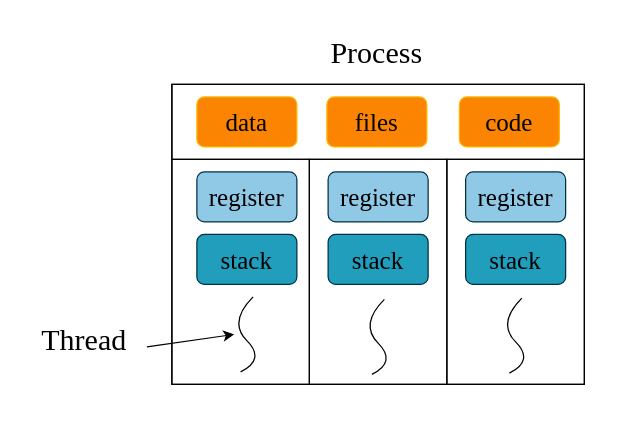
This is drawio/ch-intro/process-thread.drawio from godaai/scale-py-zh, a draw.io file, before an edit. Source tidied: cells renumbered, new cells numbered last; positions are measured from the earlier drawing's top-left corner, leaving out a move shared by most shapes. Both pictures are drawn from the tidied source at 125%, with x=0, y=0 at pixel (21, 21).
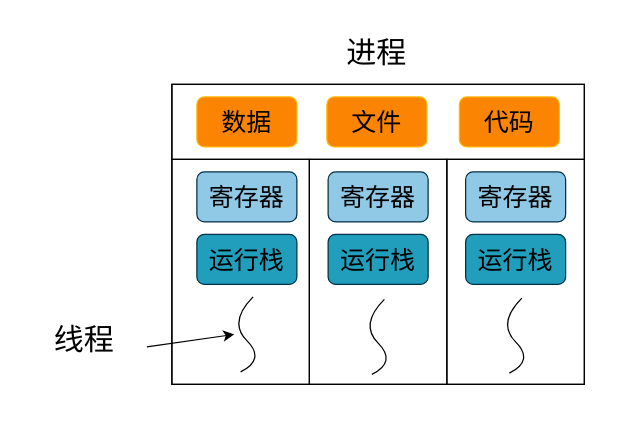
After the change.

Change to the diagram source:
```diff
@@
-    <mxCell id="7" value="data" style="rounded=1;whiteSpace=wrap;html=1;fillColor=#FB8402;strokeColor=#FFB703;fontSize=20;fontFamily=Times New Roman;" parent="1" vertex="1">
+    <mxCell id="7" value="数据" style="rounded=1;whiteSpace=wrap;html=1;fillColor=#FB8402;strokeColor=#FFB703;fontSize=20;fontFamily=Times New Roman;" parent="1" vertex="1">
       <mxGeometry x="140" y="60" width="80" height="40" as="geometry" />
     </mxCell>
-    <mxCell id="8" value="files" style="rounded=1;whiteSpace=wrap;html=1;fillColor=#FB8402;strokeColor=#FFB703;fontSize=20;fontFamily=Times New Roman;" parent="1" vertex="1">
+    <mxCell id="8" value="文件" style="rounded=1;whiteSpace=wrap;html=1;fillColor=#FB8402;strokeColor=#FFB703;fontSize=20;fontFamily=Times New Roman;" parent="1" vertex="1">
       <mxGeometry x="244" y="60" width="80" height="40" as="geometry" />
     </mxCell>
@@
-    <mxCell id="10" value="code" style="rounded=1;whiteSpace=wrap;html=1;fillColor=#FB8402;strokeColor=#FFB703;fontSize=20;fontFamily=Times New Roman;" parent="1" vertex="1">
+    <mxCell id="10" value="代码" style="rounded=1;whiteSpace=wrap;html=1;fillColor=#FB8402;strokeColor=#FFB703;fontSize=20;fontFamily=Times New Roman;" parent="1" vertex="1">
       <mxGeometry x="350" y="60" width="80" height="40" as="geometry" />
     </mxCell>
@@
-    <mxCell id="14" value="register" style="rounded=1;whiteSpace=wrap;html=1;fontSize=20;fillColor=#90C9E6;strokeColor=#023047;fontFamily=Times New Roman;" parent="1" vertex="1">
+    <mxCell id="14" value="寄存器" style="rounded=1;whiteSpace=wrap;html=1;fontSize=20;fillColor=#90C9E6;strokeColor=#023047;fontFamily=Times New Roman;" parent="1" vertex="1">
       <mxGeometry x="140" y="120" width="80" height="40" as="geometry" />
     </mxCell>
-    <mxCell id="15" value="register" style="rounded=1;whiteSpace=wrap;html=1;fontSize=20;fillColor=#90C9E6;strokeColor=#023047;fontFamily=Times New Roman;" parent="1" vertex="1">
+    <mxCell id="15" value="寄存器" style="rounded=1;whiteSpace=wrap;html=1;fontSize=20;fillColor=#90C9E6;strokeColor=#023047;fontFamily=Times New Roman;" parent="1" vertex="1">
       <mxGeometry x="245" y="120" width="80" height="40" as="geometry" />
     </mxCell>
-    <mxCell id="16" value="register" style="rounded=1;whiteSpace=wrap;html=1;fontSize=20;fillColor=#90C9E6;strokeColor=#023047;fontFamily=Times New Roman;" parent="1" vertex="1">
+    <mxCell id="16" value="寄存器" style="rounded=1;whiteSpace=wrap;html=1;fontSize=20;fillColor=#90C9E6;strokeColor=#023047;fontFamily=Times New Roman;" parent="1" vertex="1">
       <mxGeometry x="355" y="120" width="80" height="40" as="geometry" />
     </mxCell>
-    <mxCell id="17" value="stack" style="rounded=1;whiteSpace=wrap;html=1;fontSize=20;fillColor=#219EBC;strokeColor=#023047;fontFamily=Times New Roman;" parent="1" vertex="1">
+    <mxCell id="17" value="运行栈" style="rounded=1;whiteSpace=wrap;html=1;fontSize=20;fillColor=#219EBC;strokeColor=#023047;fontFamily=Times New Roman;" parent="1" vertex="1">
       <mxGeometry x="140" y="170" width="80" height="40" as="geometry" />
     </mxCell>
-    <mxCell id="18" value="stack" style="rounded=1;whiteSpace=wrap;html=1;fontSize=20;fillColor=#219EBC;strokeColor=#023047;fontFamily=Times New Roman;" parent="1" vertex="1">
+    <mxCell id="18" value="运行栈" style="rounded=1;whiteSpace=wrap;html=1;fontSize=20;fillColor=#219EBC;strokeColor=#023047;fontFamily=Times New Roman;" parent="1" vertex="1">
       <mxGeometry x="245" y="170" width="80" height="40" as="geometry" />
     </mxCell>
-    <mxCell id="19" value="stack" style="rounded=1;whiteSpace=wrap;html=1;fontSize=20;fillColor=#219EBC;strokeColor=#023047;fontFamily=Times New Roman;" parent="1" vertex="1">
+    <mxCell id="19" value="运行栈" style="rounded=1;whiteSpace=wrap;html=1;fontSize=20;fillColor=#219EBC;strokeColor=#023047;fontFamily=Times New Roman;" parent="1" vertex="1">
       <mxGeometry x="355" y="170" width="80" height="40" as="geometry" />
     </mxCell>
@@
-    <mxCell id="21" value="Thread" style="text;html=1;strokeColor=none;fillColor=none;align=center;verticalAlign=middle;whiteSpace=wrap;rounded=0;fontSize=24;fontFamily=Times New Roman;" parent="1" vertex="1">
+    <mxCell id="21" value="线程" style="text;html=1;strokeColor=none;fillColor=none;align=center;verticalAlign=middle;whiteSpace=wrap;rounded=0;fontSize=24;fontFamily=Times New Roman;" parent="1" vertex="1">
       <mxGeometry x="20" y="240" width="60" height="30" as="geometry" />
     </mxCell>
-    <mxCell id="22" value="Process" style="text;html=1;strokeColor=none;fillColor=none;align=center;verticalAlign=middle;whiteSpace=wrap;rounded=0;fontSize=24;fontFamily=Times New Roman;" parent="1" vertex="1">
+    <mxCell id="22" value="进程" style="text;html=1;strokeColor=none;fillColor=none;align=center;verticalAlign=middle;whiteSpace=wrap;rounded=0;fontSize=24;fontFamily=Times New Roman;" parent="1" vertex="1">
       <mxGeometry x="254" y="10" width="60" height="30" as="geometry" />
     </mxCell>
```
